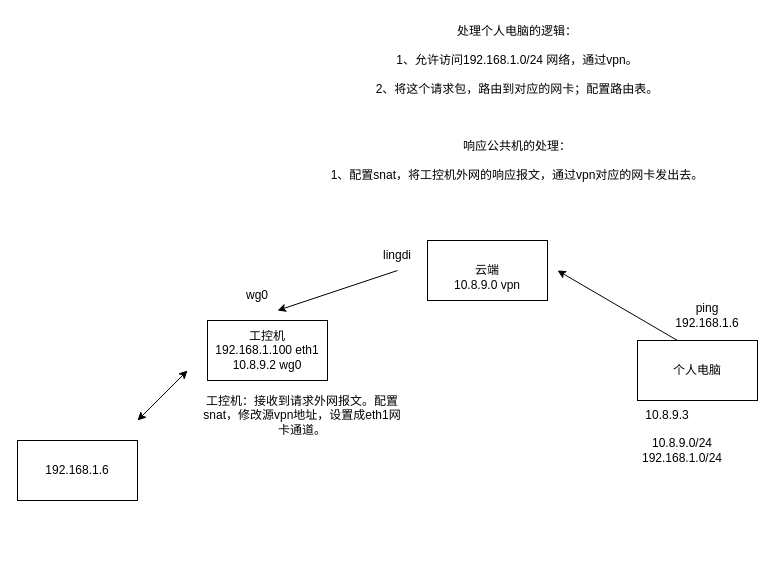
The draw.io diagram 代理外网配置.drawio in jettzhan/drawio_repo, before the edit. Source tidied: cells renumbered, new cells numbered last; positions are measured from the earlier drawing's top-left corner, leaving out a move shared by most shapes. Both pictures are drawn from the tidied source at 100%, with x=0, y=0 at pixel (17, 20).
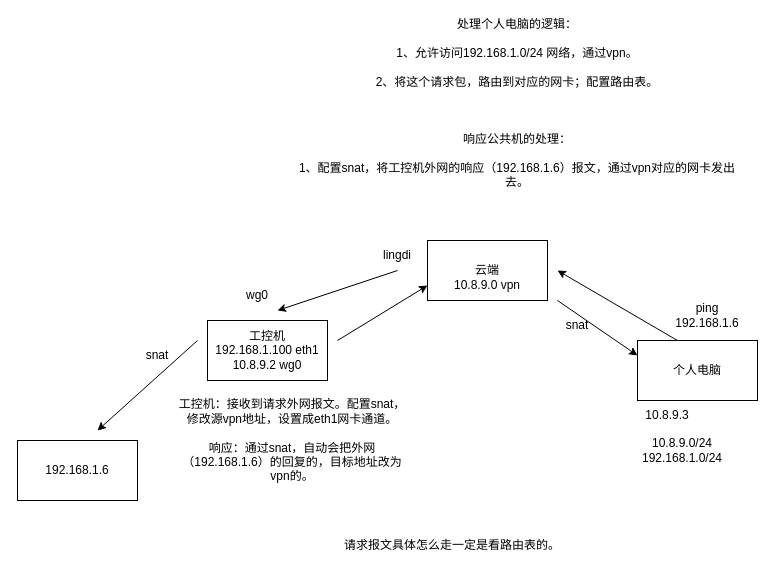
The same diagram, later.

Commit message:
更新代理外网配置.drawio

Unchanged cells that the change refers to:
```xml
<mxCell id="4" value="云端" style="rounded=0;whiteSpace=wrap;html=1;" parent="1" vertex="1">
  <mxGeometry x="410" y="220" width="120" height="60" as="geometry" />
</mxCell>
<mxCell id="5" value="个人电脑" style="whiteSpace=wrap;html=1;" parent="1" vertex="1">
  <mxGeometry x="620" y="320" width="120" height="60" as="geometry" />
</mxCell>
```

What changed in the source:
```diff
@@
-    <mxCell id="6" style="endArrow=classic;startArrow=classic;html=1;rounded=0;" parent="1" edge="1">
-      <mxGeometry relative="1" as="geometry">
-        <mxPoint x="120" y="400" as="sourcePoint" />
-        <mxPoint x="170" y="350" as="targetPoint" />
-      </mxGeometry>
-    </mxCell>
-    <mxCell id="7" value="工控机：接收到请求外网报文。配置snat，修改源vpn地址，设置成eth1网卡通道。" style="text;html=1;whiteSpace=wrap;strokeColor=none;fillColor=none;align=center;verticalAlign=middle;rounded=0;" parent="1" vertex="1">
-      <mxGeometry x="180" y="380" width="210" height="30" as="geometry" />
+    <mxCell id="7" value="工控机：接收到请求外网报文。配置snat，修改源vpn地址，设置成eth1网卡通道。&lt;br&gt;&lt;br&gt;响应：通过snat，自动会把外网（192.168.1.6）的回复的，目标地址改为vpn的。" style="text;html=1;whiteSpace=wrap;strokeColor=none;fillColor=none;align=center;verticalAlign=middle;rounded=0;" parent="1" vertex="1">
+      <mxGeometry x="160" y="380" width="230" height="80" as="geometry" />
     </mxCell>
@@
-    <mxCell id="13" value="处理个人电脑的逻辑：&lt;div&gt;&lt;br&gt;&lt;/div&gt;&lt;div&gt;1、允许访问192.168.1.0/24 网络，通过vpn。&lt;br&gt;&lt;br&gt;2、将这个请求包，路由到对应的网卡；配置路由表。&lt;br&gt;&lt;br&gt;&lt;br&gt;&lt;br&gt;响应公共机的处理：&lt;br&gt;&lt;br&gt;1、配置snat，将工控机外网的响应报文，通过vpn对应的网卡发出去。&lt;/div&gt;&lt;div&gt;&lt;br&gt;&lt;/div&gt;" style="text;html=1;whiteSpace=wrap;strokeColor=none;fillColor=none;align=center;verticalAlign=middle;rounded=0;" parent="1" vertex="1">
+    <mxCell id="13" value="处理个人电脑的逻辑：&lt;div&gt;&lt;br&gt;&lt;/div&gt;&lt;div&gt;1、允许访问192.168.1.0/24 网络，通过vpn。&lt;br&gt;&lt;br&gt;2、将这个请求包，路由到对应的网卡；配置路由表。&lt;br&gt;&lt;br&gt;&lt;br&gt;&lt;br&gt;响应公共机的处理：&lt;br&gt;&lt;br&gt;1、配置snat，将工控机外网的响应（192.168.1.6）报文，通过vpn对应的网卡发出去。&lt;/div&gt;&lt;div&gt;&lt;br&gt;&lt;/div&gt;" style="text;html=1;whiteSpace=wrap;strokeColor=none;fillColor=none;align=center;verticalAlign=middle;rounded=0;" parent="1" vertex="1">
       <mxGeometry x="280" width="440" height="180" as="geometry" />
     </mxCell>
@@
+    <mxCell id="17" style="endArrow=classic;html=1;rounded=0;entryX=0;entryY=0.75;entryDx=0;entryDy=0;" parent="1" edge="1" target="4">
+      <mxGeometry relative="1" as="geometry">
+        <mxPoint x="320" y="320" as="sourcePoint" />
+      </mxGeometry>
+    </mxCell>
+    <mxCell id="18" style="endArrow=classic;html=1;rounded=0;" parent="1" edge="1">
+      <mxGeometry relative="1" as="geometry">
+        <mxPoint x="180" y="320" as="sourcePoint" />
+        <mxPoint x="80" y="410" as="targetPoint" />
+      </mxGeometry>
+    </mxCell>
+    <mxCell id="19" value="snat" style="text;html=1;whiteSpace=wrap;strokeColor=none;fillColor=none;align=center;verticalAlign=middle;rounded=0;" parent="1" vertex="1">
+      <mxGeometry x="110" y="320" width="60" height="30" as="geometry" />
+    </mxCell>
+    <mxCell id="20" style="endArrow=classic;html=1;rounded=0;entryX=0;entryY=0.25;entryDx=0;entryDy=0;" parent="1" edge="1" target="5">
+      <mxGeometry relative="1" as="geometry">
+        <mxPoint x="540" y="280" as="sourcePoint" />
+      </mxGeometry>
+    </mxCell>
+    <mxCell id="21" value="snat" style="text;html=1;whiteSpace=wrap;strokeColor=none;fillColor=none;align=center;verticalAlign=middle;rounded=0;" parent="1" vertex="1">
+      <mxGeometry x="530" y="290" width="60" height="30" as="geometry" />
+    </mxCell>
+    <mxCell id="22" value="请求报文具体怎么走一定是看路由表的。" style="text;html=1;whiteSpace=wrap;strokeColor=none;fillColor=none;align=center;verticalAlign=middle;rounded=0;" parent="1" vertex="1">
+      <mxGeometry x="250" y="510" width="370" height="30" as="geometry" />
+    </mxCell>
```
